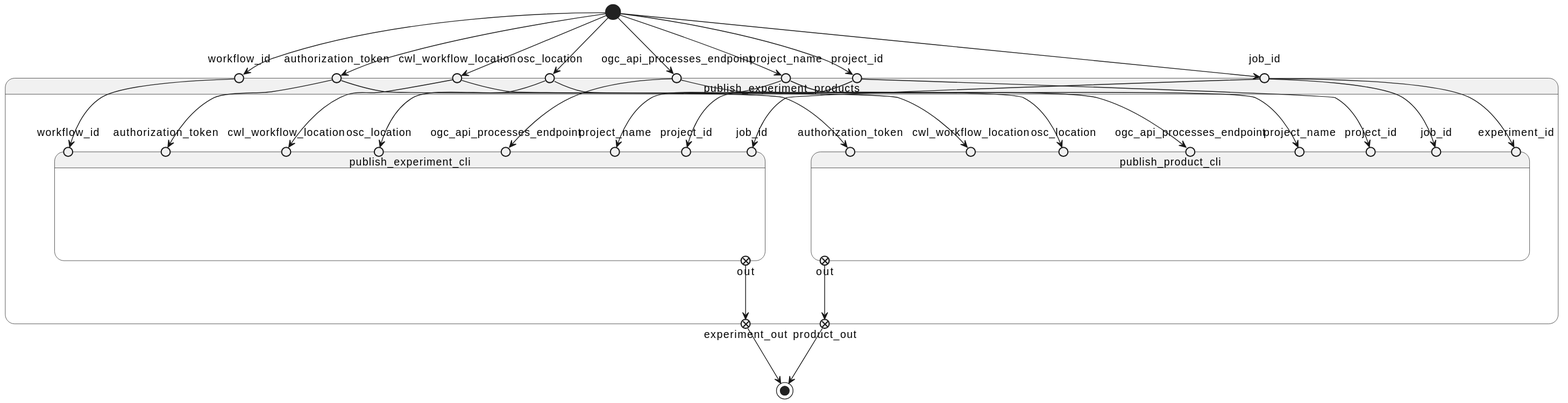
Before: docs/c4/components/workflow/publish_experiment_products/state.svg, a diagram exported from PlantUML (Terradue/osc-client). Its diagram source:
```plantuml
@startuml

hide empty description





state "publish_experiment_products" as publish_experiment_products {

    state "job_id" as publish_experiment_products_job_id <<entryPoint>>

    state "project_id" as publish_experiment_products_project_id <<entryPoint>>

    state "project_name" as publish_experiment_products_project_name <<entryPoint>>

    state "ogc_api_processes_endpoint" as publish_experiment_products_ogc_api_processes_endpoint <<entryPoint>>

    state "osc_location" as publish_experiment_products_osc_location <<entryPoint>>

    state "cwl_workflow_location" as publish_experiment_products_cwl_workflow_location <<entryPoint>>

    state "workflow_id" as publish_experiment_products_workflow_id <<entryPoint>>

    state "authorization_token" as publish_experiment_products_authorization_token <<entryPoint>>
























    state publish_experiment_cli {

        state "job_id" as publish_experiment_cli_job_id <<entryPoint>>



        publish_experiment_products_job_id --> publish_experiment_cli_job_id



        state "project_id" as publish_experiment_cli_project_id <<entryPoint>>



        publish_experiment_products_project_id --> publish_experiment_cli_project_id



        state "project_name" as publish_experiment_cli_project_name <<entryPoint>>



        publish_experiment_products_project_name --> publish_experiment_cli_project_name



        state "ogc_api_processes_endpoint" as publish_experiment_cli_ogc_api_processes_endpoint <<entryPoint>>



        publish_experiment_products_ogc_api_processes_endpoint --> publish_experiment_cli_ogc_api_processes_endpoint



        state "osc_location" as publish_experiment_cli_osc_location <<entryPoint>>



        publish_experiment_products_osc_location --> publish_experiment_cli_osc_location



        state "cwl_workflow_location" as publish_experiment_cli_cwl_workflow_location <<entryPoint>>



        publish_experiment_products_cwl_workflow_location --> publish_experiment_cli_cwl_workflow_location



        state "workflow_id" as publish_experiment_cli_workflow_id <<entryPoint>>



        publish_experiment_products_workflow_id --> publish_experiment_cli_workflow_id



        state "authorization_token" as publish_experiment_cli_authorization_token <<entryPoint>>



        publish_experiment_products_authorization_token --> publish_experiment_cli_authorization_token





        state "out" as publish_experiment_cli_out <<exitPoint>>


    }






















    state publish_product_cli {

        state "job_id" as publish_product_cli_job_id <<entryPoint>>



        publish_experiment_products_job_id --> publish_product_cli_job_id



        state "project_id" as publish_product_cli_project_id <<entryPoint>>



        publish_experiment_products_project_id --> publish_product_cli_project_id



        state "project_name" as publish_product_cli_project_name <<entryPoint>>



        publish_experiment_products_project_name --> publish_product_cli_project_name



        state "ogc_api_processes_endpoint" as publish_product_cli_ogc_api_processes_endpoint <<entryPoint>>



        publish_experiment_products_ogc_api_processes_endpoint --> publish_product_cli_ogc_api_processes_endpoint



        state "osc_location" as publish_product_cli_osc_location <<entryPoint>>



        publish_experiment_products_osc_location --> publish_product_cli_osc_location



        state "cwl_workflow_location" as publish_product_cli_cwl_workflow_location <<entryPoint>>



        publish_experiment_products_cwl_workflow_location --> publish_product_cli_cwl_workflow_location



        state "experiment_id" as publish_product_cli_experiment_id <<entryPoint>>



        publish_experiment_products_job_id --> publish_product_cli_experiment_id



        state "authorization_token" as publish_product_cli_authorization_token <<entryPoint>>



        publish_experiment_products_authorization_token --> publish_product_cli_authorization_token





        state "out" as publish_product_cli_out <<exitPoint>>


    }




state "experiment_out" as publish_experiment_products_experiment_out <<exitPoint>>

publish_experiment_cli_out --> publish_experiment_products_experiment_out


state "product_out" as publish_experiment_products_product_out <<exitPoint>>

publish_product_cli_out --> publish_experiment_products_product_out


}

[*] --> publish_experiment_products_job_id

[*] --> publish_experiment_products_project_id

[*] --> publish_experiment_products_project_name

[*] --> publish_experiment_products_ogc_api_processes_endpoint

[*] --> publish_experiment_products_osc_location

[*] --> publish_experiment_products_cwl_workflow_location

[*] --> publish_experiment_products_workflow_id

[*] --> publish_experiment_products_authorization_token



publish_experiment_products_experiment_out --> [*]

publish_experiment_products_product_out --> [*]
@enduml
```
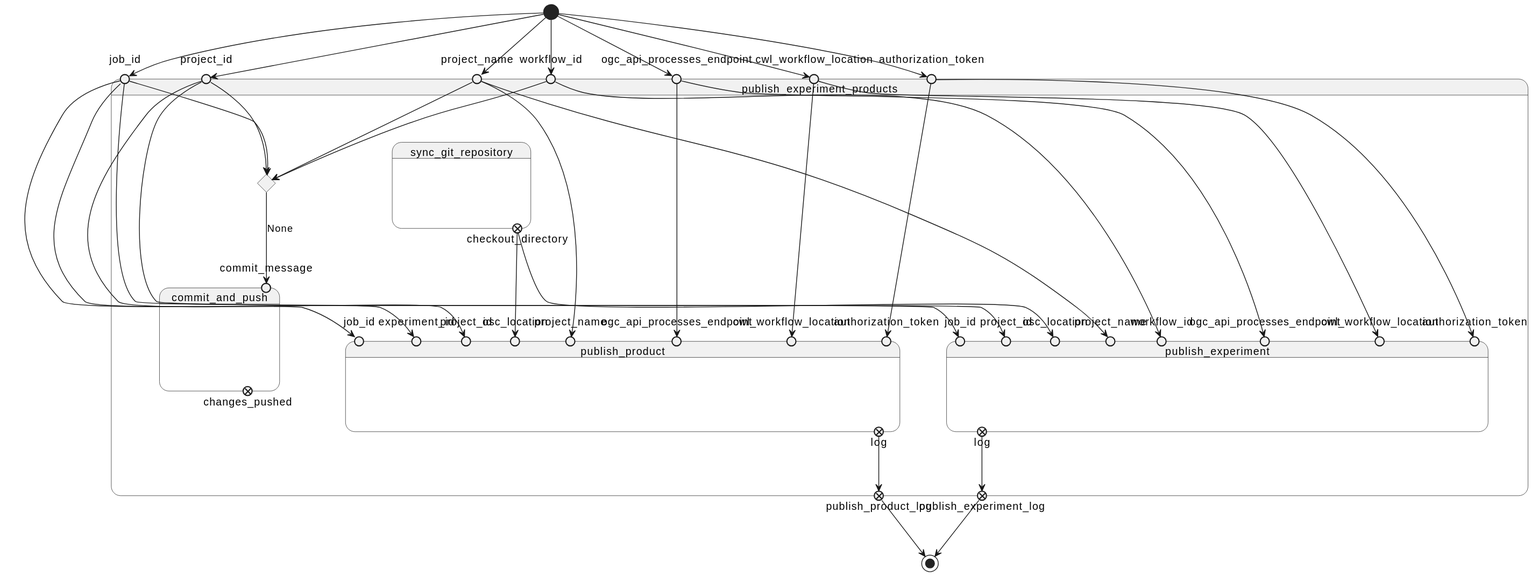
Later version of the same file.

The edit, as a diff of the source:
```diff
@@ -16,8 +16,6 @@
 
     state "ogc_api_processes_endpoint" as publish_experiment_products_ogc_api_processes_endpoint <<entryPoint>>
 
-    state "osc_location" as publish_experiment_products_osc_location <<entryPoint>>
-
     state "cwl_workflow_location" as publish_experiment_products_cwl_workflow_location <<entryPoint>>
 
     state "workflow_id" as publish_experiment_products_workflow_id <<entryPoint>>
@@ -31,91 +29,11 @@
 
 
 
+    state sync_git_repository {
 
 
 
-
-
-
-
-
-
-
-
-
-
-
-
-
-    state publish_experiment_cli {
-
-        state "job_id" as publish_experiment_cli_job_id <<entryPoint>>
-
-
-
-        publish_experiment_products_job_id --> publish_experiment_cli_job_id
-
-
-
-        state "project_id" as publish_experiment_cli_project_id <<entryPoint>>
-
-
-
-        publish_experiment_products_project_id --> publish_experiment_cli_project_id
-
-
-
-        state "project_name" as publish_experiment_cli_project_name <<entryPoint>>
-
-
-
-        publish_experiment_products_project_name --> publish_experiment_cli_project_name
-
-
-
-        state "ogc_api_processes_endpoint" as publish_experiment_cli_ogc_api_processes_endpoint <<entryPoint>>
-
-
-
-        publish_experiment_products_ogc_api_processes_endpoint --> publish_experiment_cli_ogc_api_processes_endpoint
-
-
-
-        state "osc_location" as publish_experiment_cli_osc_location <<entryPoint>>
-
-
-
-        publish_experiment_products_osc_location --> publish_experiment_cli_osc_location
-
-
-
-        state "cwl_workflow_location" as publish_experiment_cli_cwl_workflow_location <<entryPoint>>
-
-
-
-        publish_experiment_products_cwl_workflow_location --> publish_experiment_cli_cwl_workflow_location
-
-
-
-        state "workflow_id" as publish_experiment_cli_workflow_id <<entryPoint>>
-
-
-
-        publish_experiment_products_workflow_id --> publish_experiment_cli_workflow_id
-
-
-
-        state "authorization_token" as publish_experiment_cli_authorization_token <<entryPoint>>
-
-
-
-        publish_experiment_products_authorization_token --> publish_experiment_cli_authorization_token
-
-
-
-
-
-        state "out" as publish_experiment_cli_out <<exitPoint>>
+        state "checkout_directory" as sync_git_repository_checkout_directory <<exitPoint>>
 
 
     }
@@ -141,75 +59,75 @@
 
 
 
-    state publish_product_cli {
+    state publish_product {
 
-        state "job_id" as publish_product_cli_job_id <<entryPoint>>
+        state "job_id" as publish_product_job_id <<entryPoint>>
 
 
 
-        publish_experiment_products_job_id --> publish_product_cli_job_id
+        publish_experiment_products_job_id --> publish_product_job_id
 
 
 
-        state "project_id" as publish_product_cli_project_id <<entryPoint>>
+        state "project_id" as publish_product_project_id <<entryPoint>>
 
 
 
-        publish_experiment_products_project_id --> publish_product_cli_project_id
+        publish_experiment_products_project_id --> publish_product_project_id
 
 
 
-        state "project_name" as publish_product_cli_project_name <<entryPoint>>
+        state "project_name" as publish_product_project_name <<entryPoint>>
 
 
 
-        publish_experiment_products_project_name --> publish_product_cli_project_name
+        publish_experiment_products_project_name --> publish_product_project_name
 
 
 
-        state "ogc_api_processes_endpoint" as publish_product_cli_ogc_api_processes_endpoint <<entryPoint>>
+        state "ogc_api_processes_endpoint" as publish_product_ogc_api_processes_endpoint <<entryPoint>>
 
 
 
-        publish_experiment_products_ogc_api_processes_endpoint --> publish_product_cli_ogc_api_processes_endpoint
+        publish_experiment_products_ogc_api_processes_endpoint --> publish_product_ogc_api_processes_endpoint
 
 
 
-        state "osc_location" as publish_product_cli_osc_location <<entryPoint>>
+        state "osc_location" as publish_product_osc_location <<entryPoint>>
 
 
 
-        publish_experiment_products_osc_location --> publish_product_cli_osc_location
+        sync_git_repository_checkout_directory --> publish_product_osc_location
 
 
 
-        state "cwl_workflow_location" as publish_product_cli_cwl_workflow_location <<entryPoint>>
+        state "cwl_workflow_location" as publish_product_cwl_workflow_location <<entryPoint>>
 
 
 
-        publish_experiment_products_cwl_workflow_location --> publish_product_cli_cwl_workflow_location
+        publish_experiment_products_cwl_workflow_location --> publish_product_cwl_workflow_location
 
 
 
-        state "experiment_id" as publish_product_cli_experiment_id <<entryPoint>>
+        state "experiment_id" as publish_product_experiment_id <<entryPoint>>
 
 
 
-        publish_experiment_products_job_id --> publish_product_cli_experiment_id
+        publish_experiment_products_job_id --> publish_product_experiment_id
 
 
 
-        state "authorization_token" as publish_product_cli_authorization_token <<entryPoint>>
+        state "authorization_token" as publish_product_authorization_token <<entryPoint>>
 
 
 
-        publish_experiment_products_authorization_token --> publish_product_cli_authorization_token
+        publish_experiment_products_authorization_token --> publish_product_authorization_token
 
 
 
 
 
-        state "out" as publish_product_cli_out <<exitPoint>>
+        state "log" as publish_product_log <<exitPoint>>
 
 
     }
@@ -217,14 +135,142 @@
 
 
 
-state "experiment_out" as publish_experiment_products_experiment_out <<exitPoint>>
-
-publish_experiment_cli_out --> publish_experiment_products_experiment_out
 
 
-state "product_out" as publish_experiment_products_product_out <<exitPoint>>
 
-publish_product_cli_out --> publish_experiment_products_product_out
+
+
+
+
+
+
+
+
+
+
+
+
+
+
+
+    state publish_experiment {
+
+        state "job_id" as publish_experiment_job_id <<entryPoint>>
+
+
+
+        publish_experiment_products_job_id --> publish_experiment_job_id
+
+
+
+        state "project_id" as publish_experiment_project_id <<entryPoint>>
+
+
+
+        publish_experiment_products_project_id --> publish_experiment_project_id
+
+
+
+        state "project_name" as publish_experiment_project_name <<entryPoint>>
+
+
+
+        publish_experiment_products_project_name --> publish_experiment_project_name
+
+
+
+        state "ogc_api_processes_endpoint" as publish_experiment_ogc_api_processes_endpoint <<entryPoint>>
+
+
+
+        publish_experiment_products_ogc_api_processes_endpoint --> publish_experiment_ogc_api_processes_endpoint
+
+
+
+        state "osc_location" as publish_experiment_osc_location <<entryPoint>>
+
+
+
+        sync_git_repository_checkout_directory --> publish_experiment_osc_location
+
+
+
+        state "cwl_workflow_location" as publish_experiment_cwl_workflow_location <<entryPoint>>
+
+
+
+        publish_experiment_products_cwl_workflow_location --> publish_experiment_cwl_workflow_location
+
+
+
+        state "workflow_id" as publish_experiment_workflow_id <<entryPoint>>
+
+
+
+        publish_experiment_products_workflow_id --> publish_experiment_workflow_id
+
+
+
+        state "authorization_token" as publish_experiment_authorization_token <<entryPoint>>
+
+
+
+        publish_experiment_products_authorization_token --> publish_experiment_authorization_token
+
+
+
+
+
+        state "log" as publish_experiment_log <<exitPoint>>
+
+
+    }
+
+
+
+
+
+
+        state commit_and_push_commit_message_choice <<choice>>
+
+        publish_experiment_products_job_id --> commit_and_push_commit_message_choice
+
+        publish_experiment_products_workflow_id --> commit_and_push_commit_message_choice
+
+        publish_experiment_products_project_name --> commit_and_push_commit_message_choice
+
+        publish_experiment_products_project_id --> commit_and_push_commit_message_choice
+
+
+
+
+    state commit_and_push {
+
+        state "commit_message" as commit_and_push_commit_message <<entryPoint>>
+
+
+        commit_and_push_commit_message_choice --> commit_and_push_commit_message : None
+
+
+
+
+
+        state "changes_pushed" as commit_and_push_changes_pushed <<exitPoint>>
+
+
+    }
+
+
+
+
+state "publish_experiment_log" as publish_experiment_products_publish_experiment_log <<exitPoint>>
+
+publish_experiment_log --> publish_experiment_products_publish_experiment_log
+
+
+state "publish_product_log" as publish_experiment_products_publish_product_log <<exitPoint>>
+
+publish_product_log --> publish_experiment_products_publish_product_log
 
 
 }
@@ -237,8 +283,6 @@
 
 [*] --> publish_experiment_products_ogc_api_processes_endpoint
 
-[*] --> publish_experiment_products_osc_location
-
 [*] --> publish_experiment_products_cwl_workflow_location
 
 [*] --> publish_experiment_products_workflow_id
@@ -247,7 +291,7 @@
 
 
 
-publish_experiment_products_experiment_out --> [*]
+publish_experiment_products_publish_experiment_log --> [*]
 
-publish_experiment_products_product_out --> [*]
+publish_experiment_products_publish_product_log --> [*]
 @enduml
```
